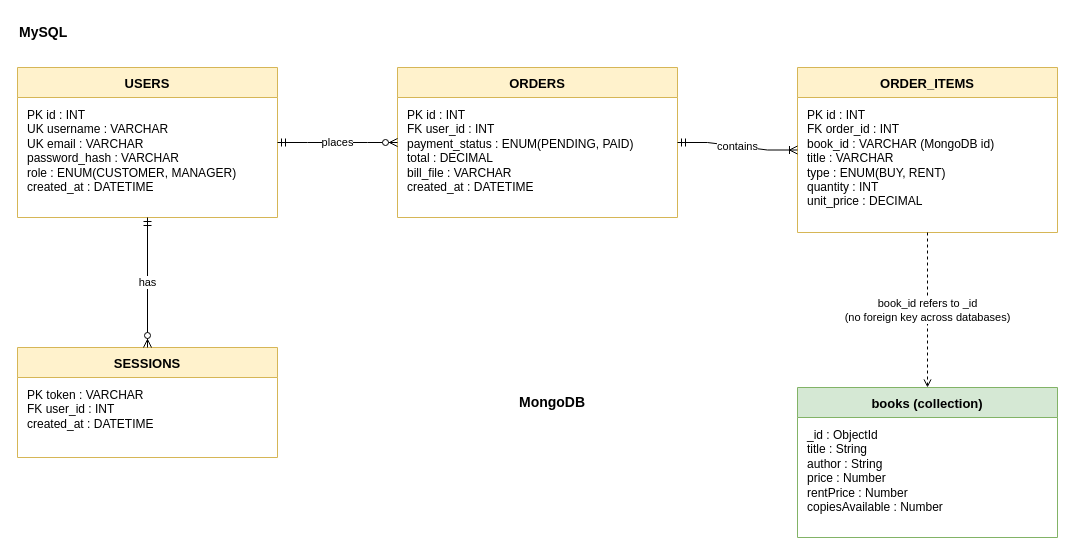
Above: docs/02-design/diagrams/database-er.drawio in KFUPMer/csce310-bookstore (draw.io), before the change. Source tidied: cells renumbered, new cells numbered last; positions are measured from the earlier drawing's top-left corner, leaving out a move shared by most shapes. Both pictures are drawn from the tidied source at 100%, with x=0, y=0 at pixel (17, 17).
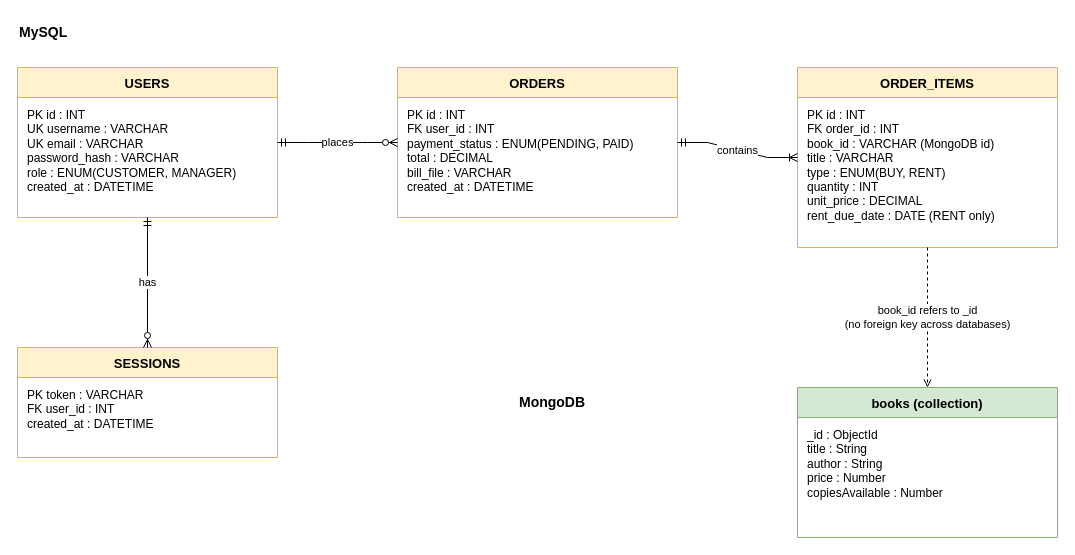
Above is the later version.

Commit message (it also covers changes not shown here):
Define the renting rule: 10% of book price for 7 days

What changed in the source:
```diff
@@
 <mxGraphModel>
   <root>
     <mxCell id="0" />
     <mxCell id="1" parent="0" />
     <mxCell id="2" value="MySQL" style="text;html=1;align=left;verticalAlign=middle;fontStyle=1;fontSize=14;" parent="1" vertex="1">
       <mxGeometry width="200" height="30" as="geometry" />
     </mxCell>
     <mxCell id="3" value="MongoDB" style="text;html=1;align=left;verticalAlign=middle;fontStyle=1;fontSize=14;" parent="1" vertex="1">
       <mxGeometry x="500" y="370" width="200" height="30" as="geometry" />
     </mxCell>
     <mxCell id="4" value="USERS" style="swimlane;fontStyle=1;horizontal=1;startSize=30;fillColor=#fff2cc;strokeColor=#d6b656;fontSize=13;" parent="1" vertex="1">
       <mxGeometry y="50" width="260" height="150" as="geometry" />
     </mxCell>
     <mxCell id="5" value="PK  id : INT&#10;UK  username : VARCHAR&#10;UK  email : VARCHAR&#10;password_hash : VARCHAR&#10;role : ENUM(CUSTOMER, MANAGER)&#10;created_at : DATETIME" style="text;strokeColor=none;fillColor=none;align=left;verticalAlign=top;spacingLeft=8;spacingTop=4;whiteSpace=wrap;fontSize=12;" parent="4" vertex="1">
       <mxGeometry y="30" width="260" height="120" as="geometry" />
     </mxCell>
     <mxCell id="6" value="SESSIONS" style="swimlane;fontStyle=1;horizontal=1;startSize=30;fillColor=#fff2cc;strokeColor=#d6b656;fontSize=13;" parent="1" vertex="1">
       <mxGeometry y="330" width="260" height="110" as="geometry" />
     </mxCell>
     <mxCell id="7" value="PK  token : VARCHAR&#10;FK  user_id : INT&#10;created_at : DATETIME" style="text;strokeColor=none;fillColor=none;align=left;verticalAlign=top;spacingLeft=8;spacingTop=4;whiteSpace=wrap;fontSize=12;" parent="6" vertex="1">
       <mxGeometry y="30" width="260" height="80" as="geometry" />
     </mxCell>
     <mxCell id="8" value="ORDERS" style="swimlane;fontStyle=1;horizontal=1;startSize=30;fillColor=#fff2cc;strokeColor=#d6b656;fontSize=13;" parent="1" vertex="1">
       <mxGeometry x="380" y="50" width="280" height="150" as="geometry" />
     </mxCell>
     <mxCell id="9" value="PK  id : INT&#10;FK  user_id : INT&#10;payment_status : ENUM(PENDING, PAID)&#10;total : DECIMAL&#10;bill_file : VARCHAR&#10;created_at : DATETIME" style="text;strokeColor=none;fillColor=none;align=left;verticalAlign=top;spacingLeft=8;spacingTop=4;whiteSpace=wrap;fontSize=12;" parent="8" vertex="1">
       <mxGeometry y="30" width="280" height="120" as="geometry" />
     </mxCell>
     <mxCell id="10" value="ORDER_ITEMS" style="swimlane;fontStyle=1;horizontal=1;startSize=30;fillColor=#fff2cc;strokeColor=#d6b656;fontSize=13;" parent="1" vertex="1">
-      <mxGeometry x="780" y="50" width="260" height="165" as="geometry" />
+      <mxGeometry x="780" y="50" width="260" height="180" as="geometry" />
     </mxCell>
-    <mxCell id="11" value="PK  id : INT&#10;FK  order_id : INT&#10;book_id : VARCHAR (MongoDB id)&#10;title : VARCHAR&#10;type : ENUM(BUY, RENT)&#10;quantity : INT&#10;unit_price : DECIMAL" style="text;strokeColor=none;fillColor=none;align=left;verticalAlign=top;spacingLeft=8;spacingTop=4;whiteSpace=wrap;fontSize=12;" parent="10" vertex="1">
-      <mxGeometry y="30" width="260" height="135" as="geometry" />
+    <mxCell id="11" value="PK  id : INT&#10;FK  order_id : INT&#10;book_id : VARCHAR (MongoDB id)&#10;title : VARCHAR&#10;type : ENUM(BUY, RENT)&#10;quantity : INT&#10;unit_price : DECIMAL&#10;rent_due_date : DATE (RENT only)" style="text;strokeColor=none;fillColor=none;align=left;verticalAlign=top;spacingLeft=8;spacingTop=4;whiteSpace=wrap;fontSize=12;" parent="10" vertex="1">
+      <mxGeometry y="30" width="260" height="150" as="geometry" />
     </mxCell>
     <mxCell id="12" value="books (collection)" style="swimlane;fontStyle=1;horizontal=1;startSize=30;fillColor=#d5e8d4;strokeColor=#82b366;fontSize=13;" parent="1" vertex="1">
       <mxGeometry x="780" y="370" width="260" height="150" as="geometry" />
     </mxCell>
-    <mxCell id="13" value="_id : ObjectId&#10;title : String&#10;author : String&#10;price : Number&#10;rentPrice : Number&#10;copiesAvailable : Number" style="text;strokeColor=none;fillColor=none;align=left;verticalAlign=top;spacingLeft=8;spacingTop=4;whiteSpace=wrap;fontSize=12;" parent="12" vertex="1">
+    <mxCell id="13" value="_id : ObjectId&#10;title : String&#10;author : String&#10;price : Number&#10;copiesAvailable : Number" style="text;strokeColor=none;fillColor=none;align=left;verticalAlign=top;spacingLeft=8;spacingTop=4;whiteSpace=wrap;fontSize=12;" parent="12" vertex="1">
       <mxGeometry y="30" width="260" height="120" as="geometry" />
     </mxCell>
     <mxCell id="14" value="places" style="edgeStyle=entityRelationEdgeStyle;endArrow=ERzeroToMany;startArrow=ERmandOne;html=1;rounded=0;fontSize=11;" parent="1" edge="1" source="4" target="8">
       <mxGeometry relative="1" as="geometry" />
     </mxCell>
     <mxCell id="15" value="contains" style="edgeStyle=entityRelationEdgeStyle;endArrow=ERoneToMany;startArrow=ERmandOne;html=1;rounded=0;fontSize=11;" parent="1" edge="1" source="8" target="10">
       <mxGeometry relative="1" as="geometry" />
     </mxCell>
     <mxCell id="16" value="has" style="endArrow=ERzeroToMany;startArrow=ERmandOne;html=1;rounded=0;fontSize=11;" parent="1" edge="1" source="4" target="6">
       <mxGeometry relative="1" as="geometry" />
     </mxCell>
     <mxCell id="17" value="book_id refers to _id&#10;(no foreign key across databases)" style="dashed=1;endArrow=open;startArrow=none;html=1;rounded=0;fontSize=11;" parent="1" edge="1" source="10" target="12">
       <mxGeometry relative="1" as="geometry" />
     </mxCell>
   </root>
 </mxGraphModel>
```
